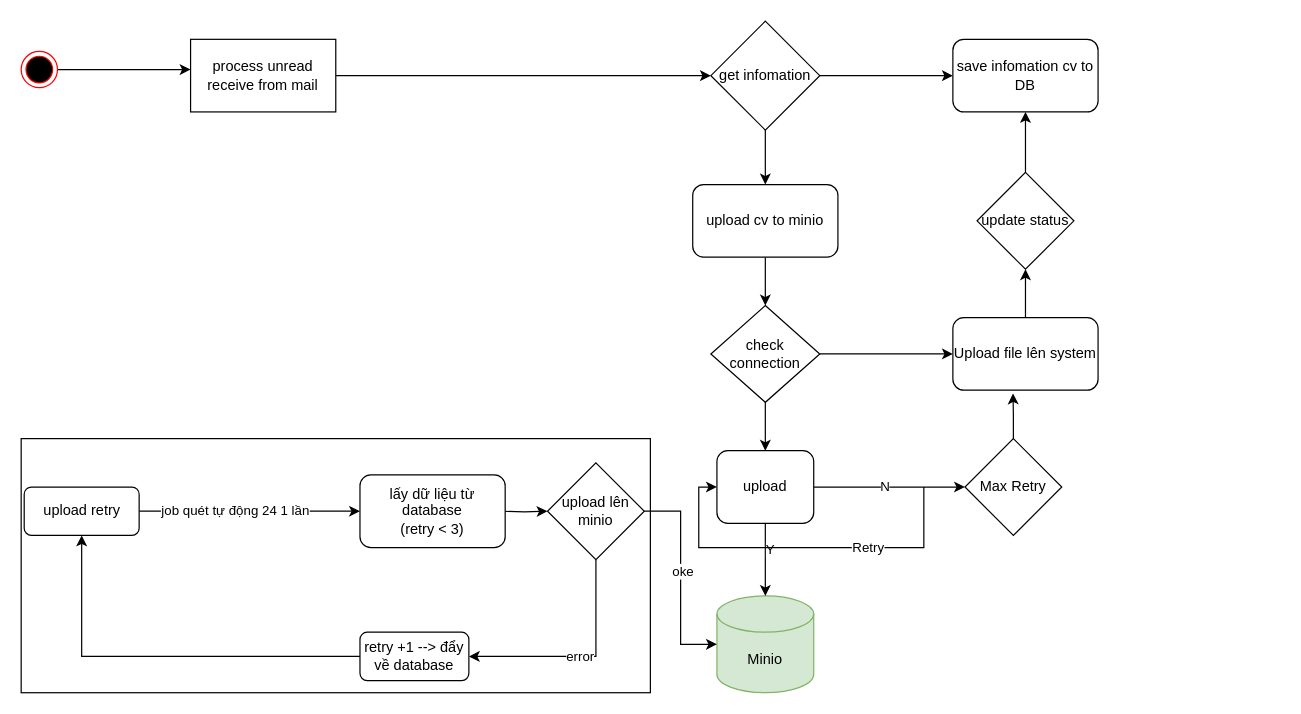
This is hr.drawio from letheanh12345/Draw-io, a draw.io file, before an edit. Source tidied: cells renumbered, new cells numbered last; positions are measured from the earlier drawing's top-left corner, leaving out a move shared by most shapes. Both pictures are drawn from the tidied source at 121%, with x=0, y=0 at pixel (21, 21).
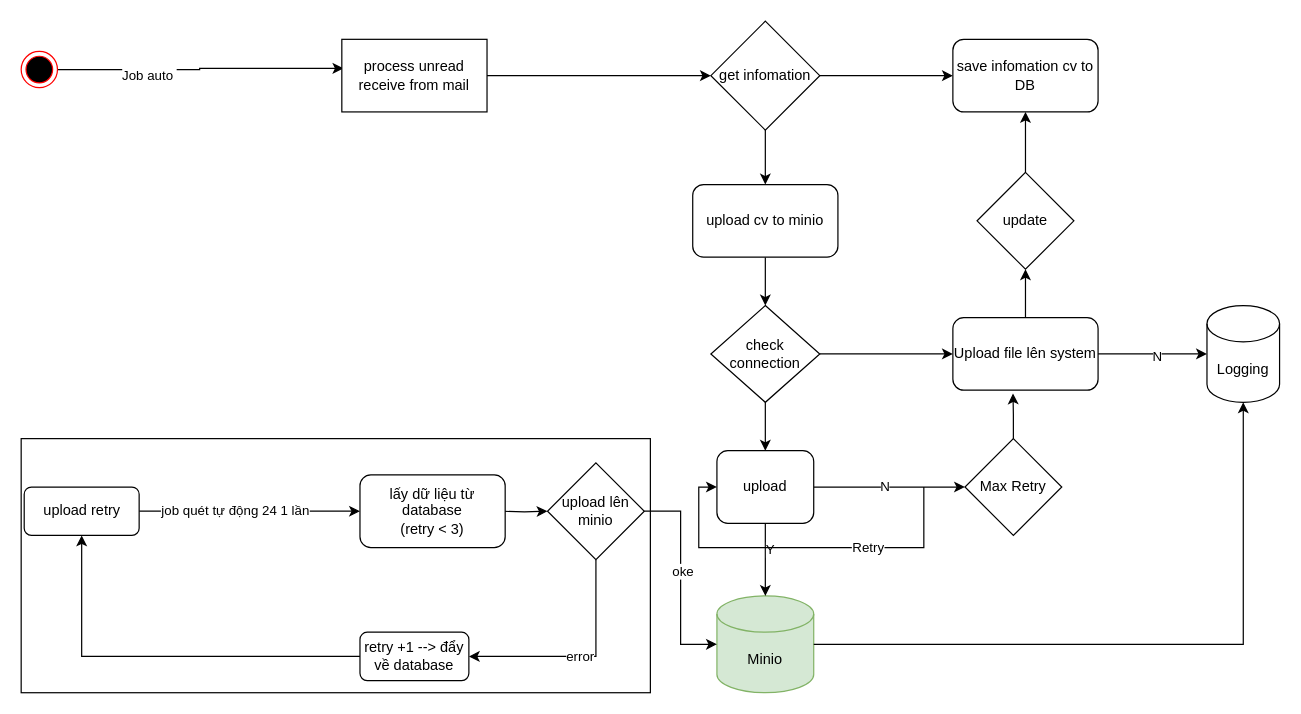
The same page after the edit.

The change refers to these unchanged cells:
```xml
<mxCell id="3" value="S" style="ellipse;html=1;shape=endState;fillColor=#000000;strokeColor=#ff0000;" parent="1" vertex="1">
  <mxGeometry y="25" width="30" height="30" as="geometry" />
</mxCell>
<mxCell id="16" value="Upload file lên system" style="rounded=1;whiteSpace=wrap;html=1;" parent="1" vertex="1">
  <mxGeometry x="770" y="245" width="120" height="60" as="geometry" />
</mxCell>
<mxCell id="22" value="Minio" style="shape=cylinder3;whiteSpace=wrap;html=1;boundedLbl=1;backgroundOutline=1;size=15;fillColor=#d5e8d4;strokeColor=#82b366;" parent="1" vertex="1">
  <mxGeometry x="575" y="475" width="80" height="80" as="geometry" />
</mxCell>
```

What changed in the source:
```diff
@@
-    <mxCell id="2" style="edgeStyle=orthogonalEdgeStyle;rounded=0;jettySize=auto;html=1;" parent="1" edge="1" source="3">
-      <mxGeometry relative="1" as="geometry">
-        <mxPoint x="140" y="40" as="targetPoint" />
-      </mxGeometry>
+    <mxCell id="2" style="edgeStyle=orthogonalEdgeStyle;rounded=0;jettySize=auto;html=1;entryX=0.011;entryY=0.4;entryDx=0;entryDy=0;entryPerimeter=0;" parent="1" edge="1" source="3" target="5">
+      <mxGeometry relative="1" as="geometry" />
     </mxCell>
+    <mxCell id="40" value="Job auto&amp;nbsp;" style="edgeLabel;html=1;align=center;verticalAlign=middle;" parent="2" vertex="1">
+      <mxGeometry x="-0.37" y="-4" relative="1" as="geometry" />
+    </mxCell>
@@
     <mxCell id="5" value="process unread receive from mail" style="rounded=0;whiteSpace=wrap;html=1;" parent="1" vertex="1">
-      <mxGeometry x="140" y="15" width="120" height="60" as="geometry" />
+      <mxGeometry x="265" y="15" width="120" height="60" as="geometry" />
     </mxCell>
@@
+    <mxCell id="41" style="edgeStyle=orthogonalEdgeStyle;rounded=0;jettySize=auto;html=1;entryX=0;entryY=0.5;entryDx=0;entryDy=0;entryPerimeter=0;" parent="1" edge="1" source="16" target="43">
+      <mxGeometry relative="1" as="geometry" />
+    </mxCell>
+    <mxCell id="42" value="N" style="edgeLabel;html=1;align=center;verticalAlign=middle;" parent="41" vertex="1">
+      <mxGeometry x="0.06" y="-1" relative="1" as="geometry" />
+    </mxCell>
@@
-    <mxCell id="21" value="update status" style="rhombus;whiteSpace=wrap;html=1;" parent="1" vertex="1">
+    <mxCell id="21" value="update" style="rhombus;whiteSpace=wrap;html=1;" parent="1" vertex="1">
       <mxGeometry x="790" y="125" width="80" height="80" as="geometry" />
     </mxCell>
@@
+    <mxCell id="43" value="Logging" style="shape=cylinder3;whiteSpace=wrap;html=1;boundedLbl=1;backgroundOutline=1;size=15;" parent="1" vertex="1">
+      <mxGeometry x="980" y="235" width="60" height="80" as="geometry" />
+    </mxCell>
+    <mxCell id="44" style="edgeStyle=orthogonalEdgeStyle;rounded=0;jettySize=auto;html=1;entryX=0.5;entryY=1;entryDx=0;entryDy=0;entryPerimeter=0;" parent="1" edge="1" source="22" target="43">
+      <mxGeometry relative="1" as="geometry" />
+    </mxCell>
```
